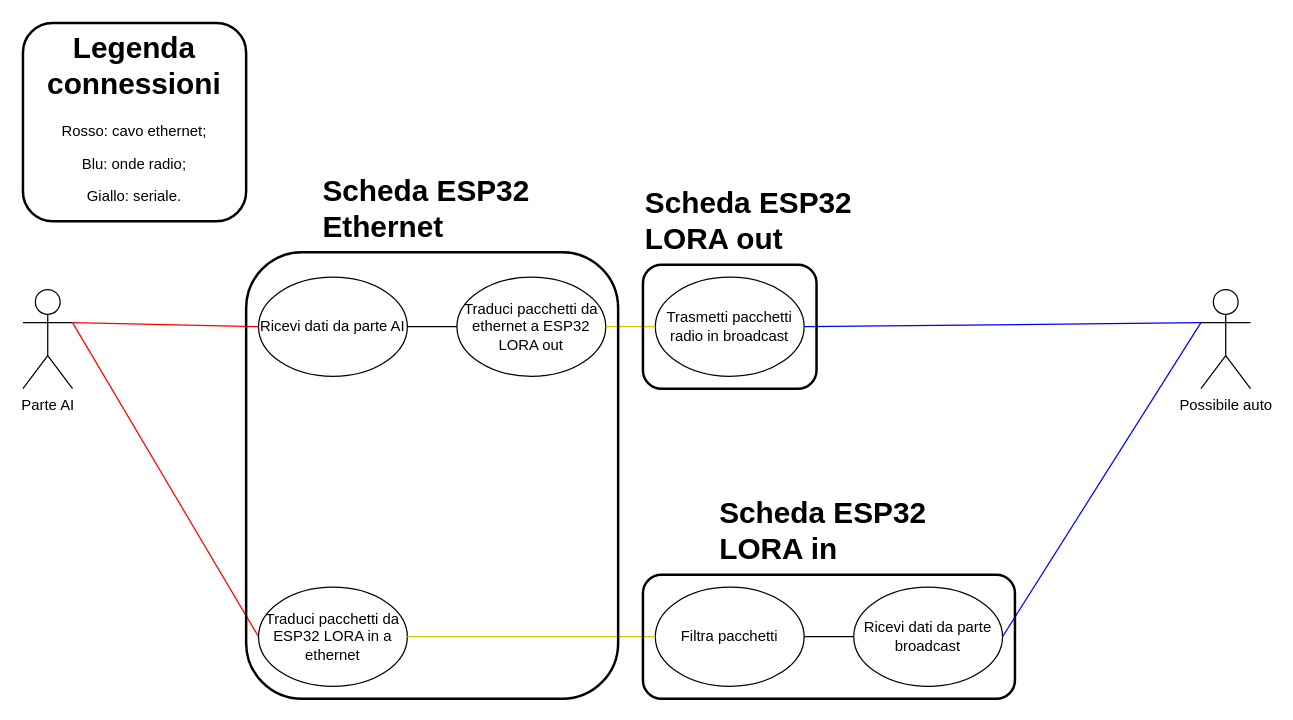
Before: software/Comunicazione.drawio in ZXerniXZ/VIPRA, a draw.io diagram. Source tidied: cells renumbered, new cells numbered last; positions are measured from the earlier drawing's top-left corner, leaving out a move shared by most shapes. Both pictures are drawn from the tidied source at 124%, with x=0, y=0 at pixel (22, 22).
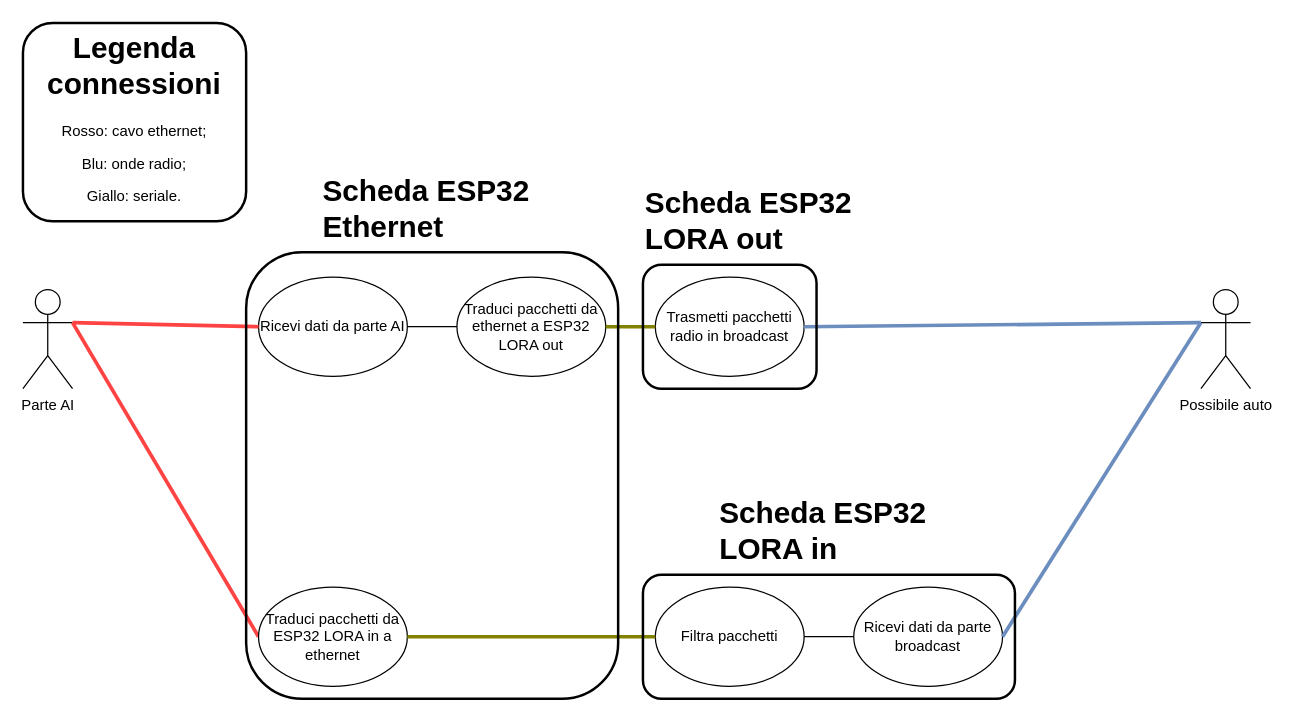
After the change.

The change refers to these unchanged cells:
```xml
<mxCell id="2" value="Parte AI" style="shape=umlActor;verticalLabelPosition=bottom;verticalAlign=top;html=1;outlineConnect=0;" parent="1" vertex="1">
  <mxGeometry y="215" width="40" height="80" as="geometry" />
</mxCell>
<mxCell id="3" value="Possibile auto" style="shape=umlActor;verticalLabelPosition=bottom;verticalAlign=top;html=1;outlineConnect=0;" parent="1" vertex="1">
  <mxGeometry x="950" y="215" width="40" height="80" as="geometry" />
</mxCell>
<mxCell id="4" value="Ricevi dati da parte AI" style="ellipse;whiteSpace=wrap;html=1;" parent="1" vertex="1">
  <mxGeometry x="190" y="205" width="120" height="80" as="geometry" />
</mxCell>
<mxCell id="5" value="Filtra pacchetti" style="ellipse;whiteSpace=wrap;html=1;" parent="1" vertex="1">
  <mxGeometry x="510" y="455" width="120" height="80" as="geometry" />
</mxCell>
<mxCell id="6" value="Trasmetti pacchetti radio in broadcast" style="ellipse;whiteSpace=wrap;html=1;" parent="1" vertex="1">
  <mxGeometry x="510" y="205" width="120" height="80" as="geometry" />
</mxCell>
<mxCell id="7" value="Ricevi dati da parte broadcast" style="ellipse;whiteSpace=wrap;html=1;" parent="1" vertex="1">
  <mxGeometry x="670" y="455" width="120" height="80" as="geometry" />
</mxCell>
<mxCell id="8" value="Traduci pacchetti da ethernet a ESP32 LORA out" style="ellipse;whiteSpace=wrap;html=1;" parent="1" vertex="1">
  <mxGeometry x="350" y="205" width="120" height="80" as="geometry" />
</mxCell>
<mxCell id="15" value="Traduci pacchetti da ESP32 LORA in a ethernet" style="ellipse;whiteSpace=wrap;html=1;" parent="1" vertex="1">
  <mxGeometry x="190" y="455" width="120" height="80" as="geometry" />
</mxCell>
```

Diff of the diagram source:
```diff
@@
-    <mxCell id="9" style="endArrow=none;html=1;rounded=0;entryX=1;entryY=0.5;entryDx=0;entryDy=0;exitX=0;exitY=0.3333333333333333;exitDx=0;exitDy=0;exitPerimeter=0;strokeColor=#0000FF;" parent="1" edge="1" source="3" target="7">
+    <mxCell id="9" style="endArrow=none;html=1;rounded=0;entryX=1;entryY=0.5;entryDx=0;entryDy=0;exitX=0;exitY=0.3333333333333333;exitDx=0;exitDy=0;exitPerimeter=0;strokeColor=#6c8ebf;strokeWidth=3;fillColor=#dae8fc;" parent="1" edge="1" source="3" target="7">
       <mxGeometry relative="1" as="geometry" />
     </mxCell>
-    <mxCell id="10" style="endArrow=none;html=1;rounded=0;entryX=0;entryY=0.5;entryDx=0;entryDy=0;exitX=1;exitY=0.3333333333333333;exitDx=0;exitDy=0;exitPerimeter=0;strokeColor=#FF0000;" parent="1" edge="1" source="2" target="4">
+    <mxCell id="10" style="endArrow=none;html=1;rounded=0;entryX=0;entryY=0.5;entryDx=0;entryDy=0;exitX=1;exitY=0.3333333333333333;exitDx=0;exitDy=0;exitPerimeter=0;strokeColor=#FF4242;strokeWidth=3;" parent="1" edge="1" source="2" target="4">
       <mxGeometry relative="1" as="geometry" />
     </mxCell>
@@
-    <mxCell id="12" style="endArrow=none;html=1;rounded=0;exitX=0;exitY=0.5;exitDx=0;exitDy=0;entryX=1;entryY=0.5;entryDx=0;entryDy=0;strokeColor=#CCCC00;" parent="1" edge="1" source="6" target="8">
+    <mxCell id="12" style="endArrow=none;html=1;rounded=0;exitX=0;exitY=0.5;exitDx=0;exitDy=0;entryX=1;entryY=0.5;entryDx=0;entryDy=0;strokeColor=#828200;strokeWidth=3;" parent="1" edge="1" source="6" target="8">
       <mxGeometry relative="1" as="geometry" />
     </mxCell>
-    <mxCell id="13" style="endArrow=none;html=1;rounded=0;entryX=1;entryY=0.5;entryDx=0;entryDy=0;exitX=0;exitY=0.3333333333333333;exitDx=0;exitDy=0;exitPerimeter=0;strokeColor=#0000FF;" parent="1" edge="1" source="3" target="6">
+    <mxCell id="13" style="endArrow=none;html=1;rounded=0;entryX=1;entryY=0.5;entryDx=0;entryDy=0;exitX=0;exitY=0.3333333333333333;exitDx=0;exitDy=0;exitPerimeter=0;strokeColor=#6c8ebf;strokeWidth=3;fillColor=#dae8fc;" parent="1" edge="1" source="3" target="6">
       <mxGeometry relative="1" as="geometry" />
     </mxCell>
-    <mxCell id="14" style="endArrow=none;html=1;rounded=0;exitX=1;exitY=0.3333333333333333;exitDx=0;exitDy=0;exitPerimeter=0;entryX=0;entryY=0.5;entryDx=0;entryDy=0;strokeColor=#FF0000;" parent="1" edge="1" source="2" target="15">
+    <mxCell id="14" style="endArrow=none;html=1;rounded=0;exitX=1;exitY=0.3333333333333333;exitDx=0;exitDy=0;exitPerimeter=0;entryX=0;entryY=0.5;entryDx=0;entryDy=0;strokeColor=#FF4242;strokeWidth=3;" parent="1" edge="1" source="2" target="15">
       <mxGeometry relative="1" as="geometry" />
     </mxCell>
@@
-    <mxCell id="16" style="endArrow=none;html=1;rounded=0;exitX=0;exitY=0.5;exitDx=0;exitDy=0;entryX=1;entryY=0.5;entryDx=0;entryDy=0;strokeColor=#CCCC00;" parent="1" edge="1" source="5" target="15">
+    <mxCell id="16" style="endArrow=none;html=1;rounded=0;exitX=0;exitY=0.5;exitDx=0;exitDy=0;entryX=1;entryY=0.5;entryDx=0;entryDy=0;strokeColor=#828200;strokeWidth=3;" parent="1" edge="1" source="5" target="15">
       <mxGeometry relative="1" as="geometry" />
     </mxCell>
```
